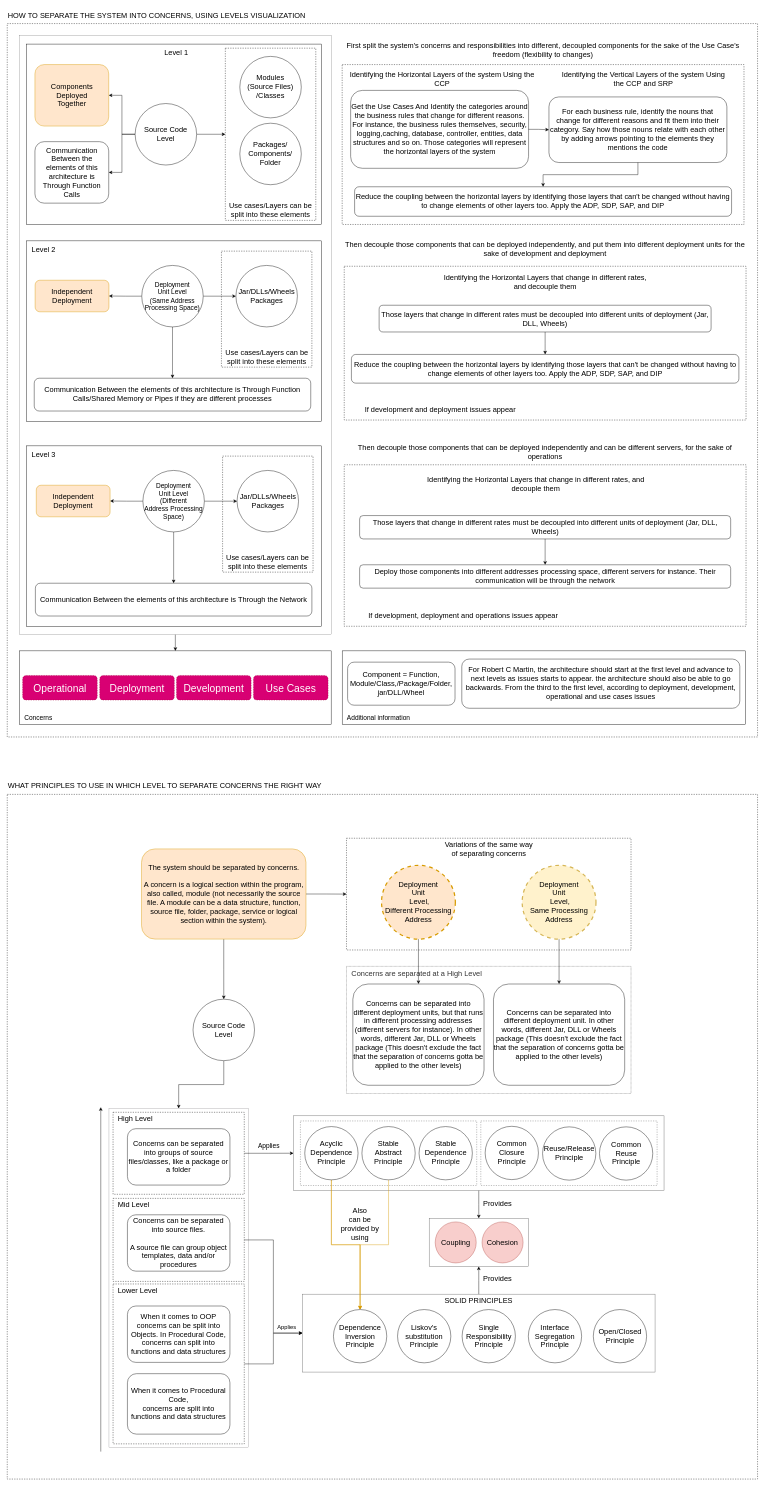
GabrielSlima/blog keeps this draw.io diagram as page "Levels of SOC" (1 of 3) of images/Robert C Martin - Architecture Growth.drawio. Above is the earlier version. Source tidied: cells renumbered, new cells numbered last; positions are measured from the earlier drawing's top-left corner, leaving out a move shared by most shapes. Both pictures are drawn from the tidied source at 41%, with x=0, y=0 at pixel (7, 7).
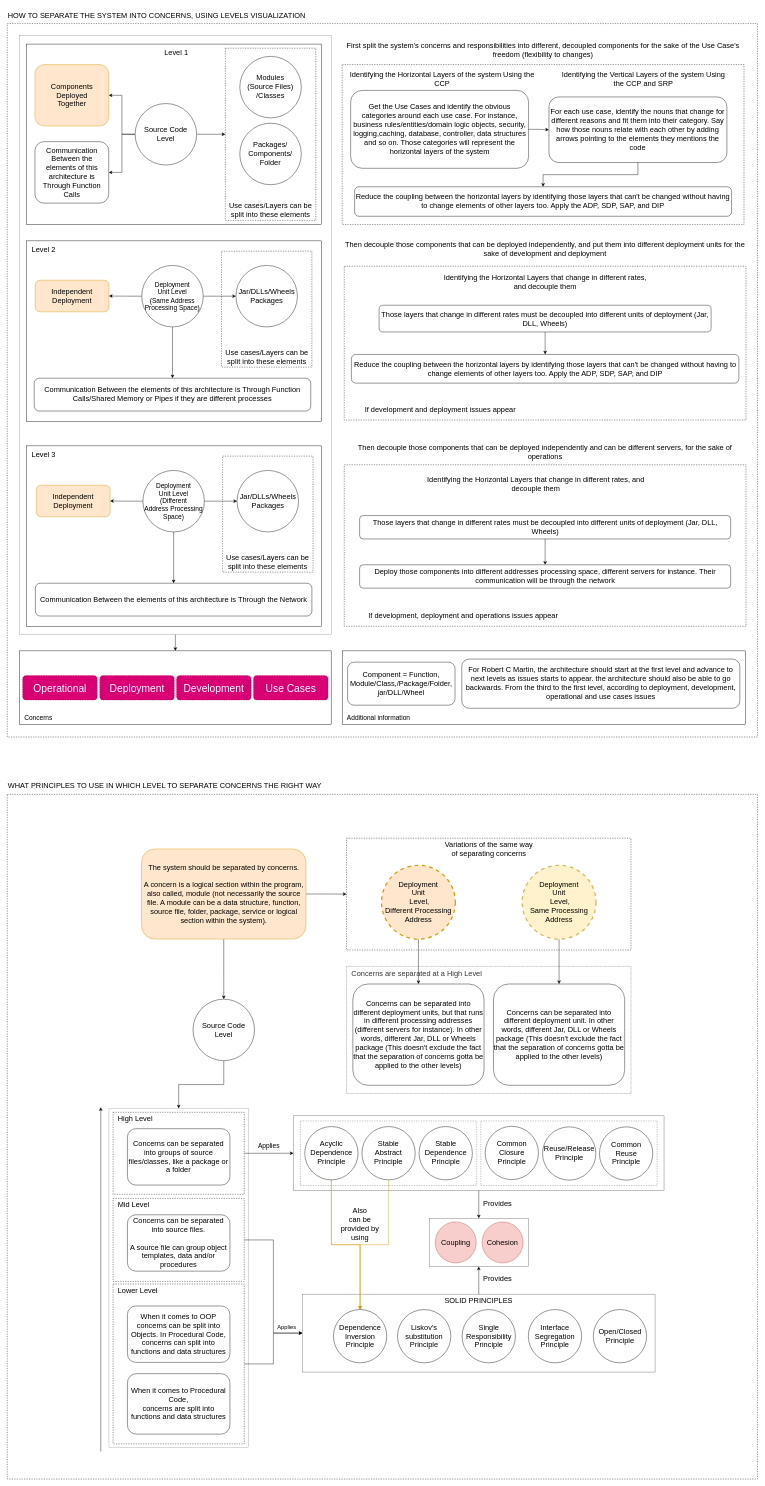
After the change.

What changed in the source:
```diff
@@
-    <mxCell id="48" value="Get the Use Cases And Identify the categories around the business rules that change for different reasons. For instance, the business rules themselves, security, logging,caching, database, controller, entities, data structures and so on. Those categories will represent the horizontal layers of the system" style="rounded=1;whiteSpace=wrap;html=1;fontSize=18;strokeColor=default;fillColor=none;" parent="1" vertex="1">
+    <mxCell id="48" value="Get the Use Cases and identify the obvious categories around each use case. For instance, business rules/entities/domain logic objects, security, logging,caching, database, controller, data structures and so on. Those categories will represent the horizontal layers of the system" style="rounded=1;whiteSpace=wrap;html=1;fontSize=18;strokeColor=default;fillColor=none;" parent="1" vertex="1">
       <mxGeometry x="837.7" y="203" width="434" height="190" as="geometry" />
     </mxCell>
@@
-    <mxCell id="50" value="For each business rule, identify the nouns that change for different reasons and fit them into their category. Say how those nouns relate with each other by adding arrows pointing to the elements they mentions the code" style="rounded=1;whiteSpace=wrap;html=1;fontSize=18;strokeColor=default;fillColor=none;" parent="1" vertex="1">
+    <mxCell id="50" value="For each use case, identify the nouns that change for different reasons and fit them into their category. Say how those nouns relate with each other by adding arrows pointing to the elements they mentions the code" style="rounded=1;whiteSpace=wrap;html=1;fontSize=18;strokeColor=default;fillColor=none;" parent="1" vertex="1">
       <mxGeometry x="1321.4" y="218.9" width="434" height="160" as="geometry" />
     </mxCell>
```
